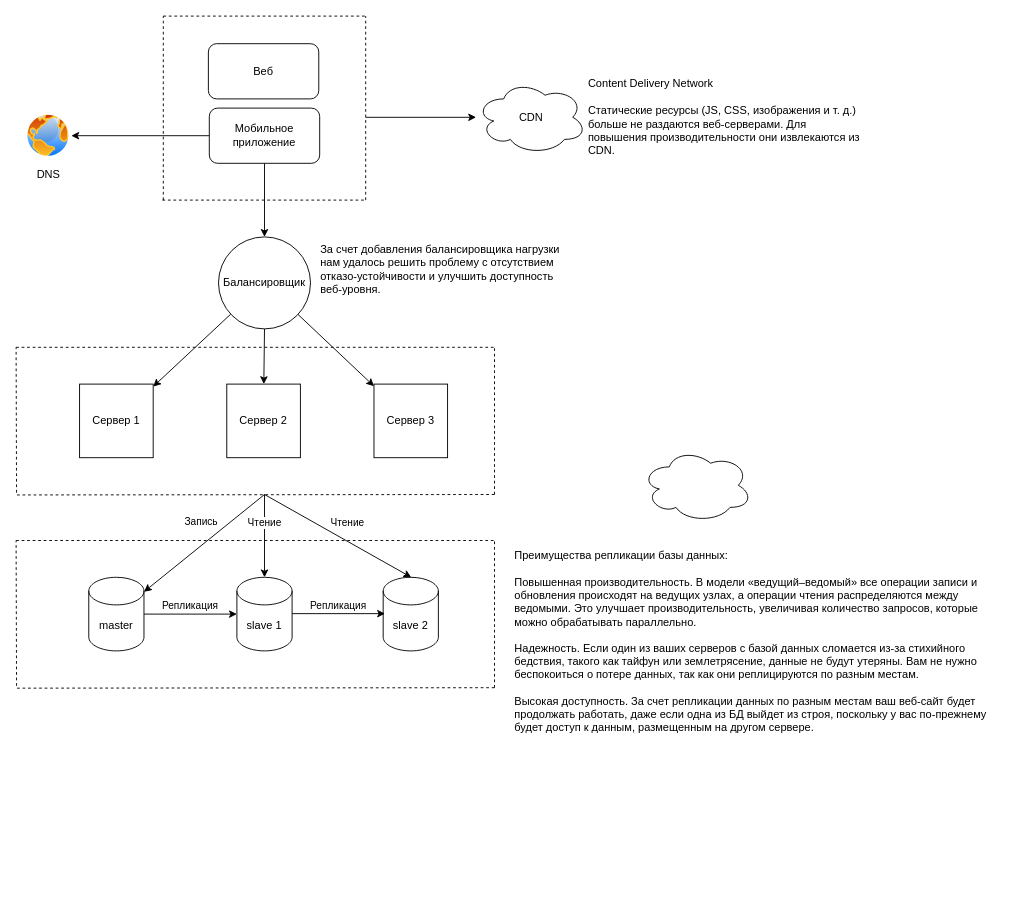
Above: system_design.drawio in agorinenko/system-design-interview (draw.io), before the change. Source tidied: cells renumbered, new cells numbered last; positions are measured from the earlier drawing's top-left corner, leaving out a move shared by most shapes. Both pictures are drawn from the tidied source at 92%, with x=0, y=0 at pixel (16, 16).
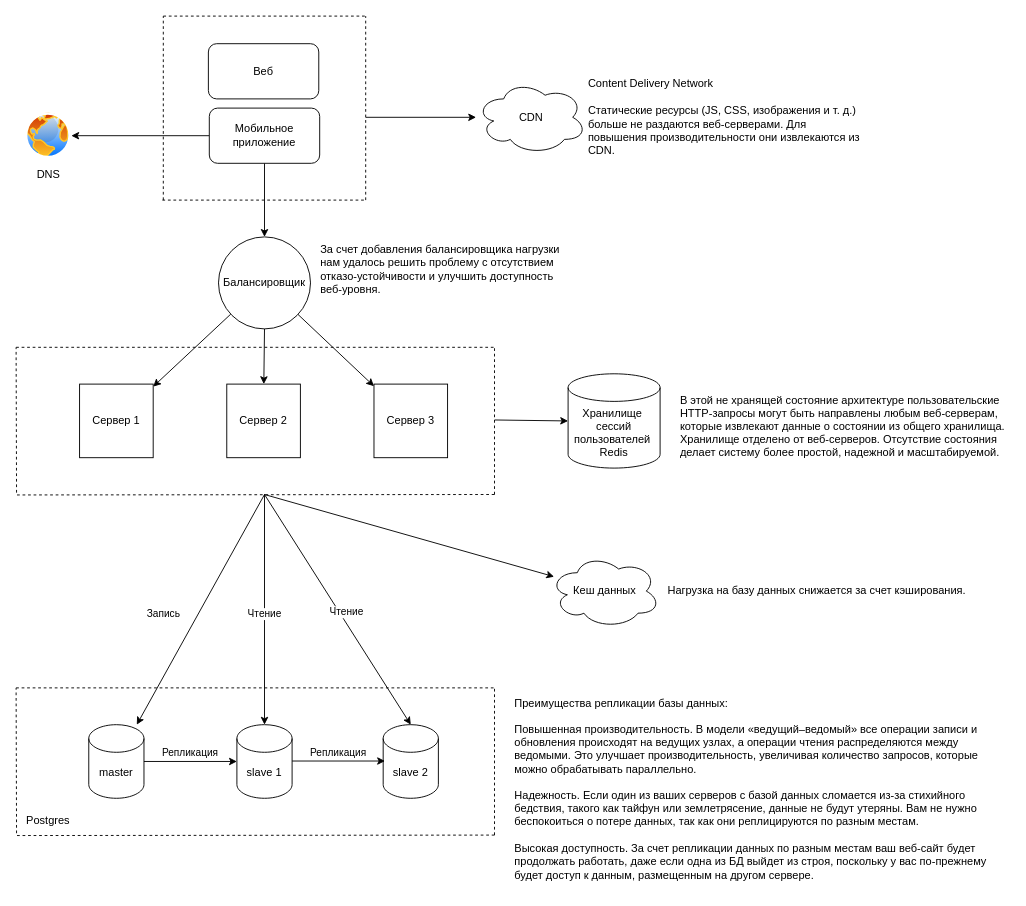
The same diagram, later.

Unchanged cells that the change refers to:
```xml
<mxCell id="24" style="endArrow=classic;html=1;rounded=0;" parent="1" edge="1" target="21">
  <mxGeometry relative="1" as="geometry">
    <mxPoint x="270" y="520" as="sourcePoint" />
  </mxGeometry>
</mxCell>
```

What changed in the source:
```diff
@@
     <mxCell id="18" style="endArrow=none;dashed=1;html=1;rounded=0;edgeStyle=orthogonalEdgeStyle;" parent="1" edge="1">
       <mxGeometry relative="1" as="geometry">
-        <mxPoint x="520" y="730" as="sourcePoint" />
-        <mxPoint y="570" as="targetPoint" />
+        <mxPoint x="520" y="890.2" as="sourcePoint" />
+        <mxPoint y="730.2" as="targetPoint" />
       </mxGeometry>
     </mxCell>
     <mxCell id="19" style="endArrow=none;dashed=1;html=1;rounded=0;" parent="1" edge="1">
       <mxGeometry relative="1" as="geometry">
-        <mxPoint x="520" y="730" as="sourcePoint" />
-        <mxPoint x="520" y="570" as="targetPoint" />
+        <mxPoint x="520" y="890.2" as="sourcePoint" />
+        <mxPoint x="520" y="730.2" as="targetPoint" />
       </mxGeometry>
     </mxCell>
     <mxCell id="20" style="endArrow=none;dashed=1;html=1;rounded=0;" parent="1" edge="1">
       <mxGeometry relative="1" as="geometry">
-        <mxPoint y="570" as="sourcePoint" />
-        <mxPoint x="520" y="570" as="targetPoint" />
+        <mxPoint y="730.2" as="sourcePoint" />
+        <mxPoint x="520" y="730.2" as="targetPoint" />
       </mxGeometry>
     </mxCell>
     <mxCell id="21" value="master" style="shape=cylinder3;whiteSpace=wrap;html=1;boundedLbl=1;backgroundOutline=1;size=15;" parent="1" vertex="1">
-      <mxGeometry x="79" y="610" width="60" height="80" as="geometry" />
+      <mxGeometry x="79" y="770.2" width="60" height="80" as="geometry" />
     </mxCell>
     <mxCell id="22" value="slave 1" style="shape=cylinder3;whiteSpace=wrap;html=1;boundedLbl=1;backgroundOutline=1;size=15;" parent="1" vertex="1">
-      <mxGeometry x="240" y="610" width="60" height="80" as="geometry" />
+      <mxGeometry x="240" y="770.2" width="60" height="80" as="geometry" />
     </mxCell>
     <mxCell id="23" value="slave 2" style="shape=cylinder3;whiteSpace=wrap;html=1;boundedLbl=1;backgroundOutline=1;size=15;" parent="1" vertex="1">
-      <mxGeometry x="399" y="610" width="60" height="80" as="geometry" />
+      <mxGeometry x="399" y="770.2" width="60" height="80" as="geometry" />
     </mxCell>
@@
     <mxCell id="25" value="Запись" style="edgeLabel;html=1;align=center;verticalAlign=middle;" parent="24" vertex="1">
       <mxGeometry x="-0.05" y="2" relative="1" as="geometry">
-        <mxPoint x="-9" y="-22" as="offset" />
+        <mxPoint x="-46" y="10" as="offset" />
       </mxGeometry>
     </mxCell>
@@
-    <mxCell id="28" style="endArrow=classic;html=1;rounded=0;" parent="1" edge="1">
+    <mxCell id="28" style="endArrow=classic;html=1;rounded=0;entryX=0.5;entryY=0;entryDx=0;entryDy=0;entryPerimeter=0;" parent="1" edge="1" target="23">
       <mxGeometry relative="1" as="geometry">
         <mxPoint x="270" y="520" as="sourcePoint" />
-        <mxPoint x="429.5" y="610" as="targetPoint" />
       </mxGeometry>
     </mxCell>
@@
     <mxCell id="32" style="endArrow=classic;html=1;rounded=0;exitX=1;exitY=0.5;exitDx=0;exitDy=0;exitPerimeter=0;entryX=0;entryY=0.5;entryDx=0;entryDy=0;entryPerimeter=0;" parent="1" edge="1">
       <mxGeometry relative="1" as="geometry">
-        <mxPoint x="300" y="649.5" as="sourcePoint" />
-        <mxPoint x="401" y="649.5" as="targetPoint" />
+        <mxPoint x="300" y="809.7" as="sourcePoint" />
+        <mxPoint x="401" y="809.7" as="targetPoint" />
       </mxGeometry>
     </mxCell>
@@
     <mxCell id="34" value="&lt;div&gt;Преимущества репликации базы данных:&lt;/div&gt;&lt;div&gt;&lt;br&gt;&lt;/div&gt;&lt;div&gt;Повышенная производительность. В модели «ведущий–ведомый» все операции записи и обновления происходят на ведущих узлах, а операции чтения распределяются между ведомыми. Это улучшает производительность, увеличивая количество запросов, которые можно обрабатывать параллельно.&lt;/div&gt;&lt;div&gt;&lt;br&gt;&lt;/div&gt;&lt;div&gt;Надежность. Если один из ваших серверов с базой данных сломается из-за стихийного бедствия, такого как тайфун или землетрясение, данные не будут утеряны. Вам не нужно беспокоиться о потере данных, так как они реплицируются по разным местам.&lt;/div&gt;&lt;div&gt;&lt;br&gt;&lt;/div&gt;&lt;div&gt;Высокая доступность. За счет репликации данных по разным местам ваш веб-сайт будет продолжать работать, даже если одна из БД выйдет из строя, поскольку у вас по-прежнему будет доступ к данным, размещенным на другом сервере.&lt;/div&gt;" style="text;html=1;align=left;verticalAlign=middle;whiteSpace=wrap;rounded=0;" parent="1" vertex="1">
-      <mxGeometry x="540" y="570" width="531" height="220" as="geometry" />
+      <mxGeometry x="540" y="730.2" width="531" height="220" as="geometry" />
     </mxCell>
@@
-    <mxCell id="36" style="ellipse;shape=cloud;whiteSpace=wrap;html=1;" parent="1" vertex="1">
-      <mxGeometry x="680" y="470" width="120" height="80" as="geometry" />
+    <mxCell id="36" value="Кеш данных" style="ellipse;shape=cloud;whiteSpace=wrap;html=1;" parent="1" vertex="1">
+      <mxGeometry x="580" y="585" width="120" height="80" as="geometry" />
     </mxCell>
@@
+    <mxCell id="43" value="Хранилище&amp;nbsp;&lt;div&gt;сессий пользователей&amp;nbsp;&lt;/div&gt;&lt;div&gt;Redis&lt;/div&gt;" style="shape=cylinder3;whiteSpace=wrap;html=1;boundedLbl=1;backgroundOutline=1;size=15;" parent="1" vertex="1">
+      <mxGeometry x="600" y="388.8" width="100" height="102.5" as="geometry" />
+    </mxCell>
+    <mxCell id="44" style="endArrow=classic;html=1;rounded=0;entryX=0;entryY=0.5;entryDx=0;entryDy=0;entryPerimeter=0;" parent="1" edge="1" target="43">
+      <mxGeometry relative="1" as="geometry">
+        <mxPoint x="520" y="439" as="sourcePoint" />
+      </mxGeometry>
+    </mxCell>
+    <mxCell id="45" value="Нагрузка на базу данных снижается за счет кэширования." style="text;html=1;align=center;verticalAlign=middle;strokeColor=none;fillColor=none;" parent="1" vertex="1">
+      <mxGeometry x="690" y="610" width="360" height="30" as="geometry" />
+    </mxCell>
+    <mxCell id="46" value="Postgres" style="text;html=1;align=center;verticalAlign=middle;whiteSpace=wrap;rounded=0;" parent="1" vertex="1">
+      <mxGeometry x="5" y="860" width="60" height="30" as="geometry" />
+    </mxCell>
+    <mxCell id="47" style="endArrow=classic;html=1;rounded=0;" parent="1" edge="1" target="36">
+      <mxGeometry relative="1" as="geometry">
+        <mxPoint x="270" y="520" as="sourcePoint" />
+      </mxGeometry>
+    </mxCell>
+    <mxCell id="48" value="В этой не хранящей состояние архитектуре пользовательские HTTP-запросы могут быть направлены любым веб-серверам, которые извлекают данные о состоянии из общего хранилища. Хранилище отделено от веб-серверов. Отсутствие состояния делает систему более простой, надежной и масштабируемой." style="text;html=1;align=left;verticalAlign=middle;whiteSpace=wrap;rounded=0;" parent="1" vertex="1">
+      <mxGeometry x="720" y="401.2" width="360" height="90" as="geometry" />
+    </mxCell>
```
